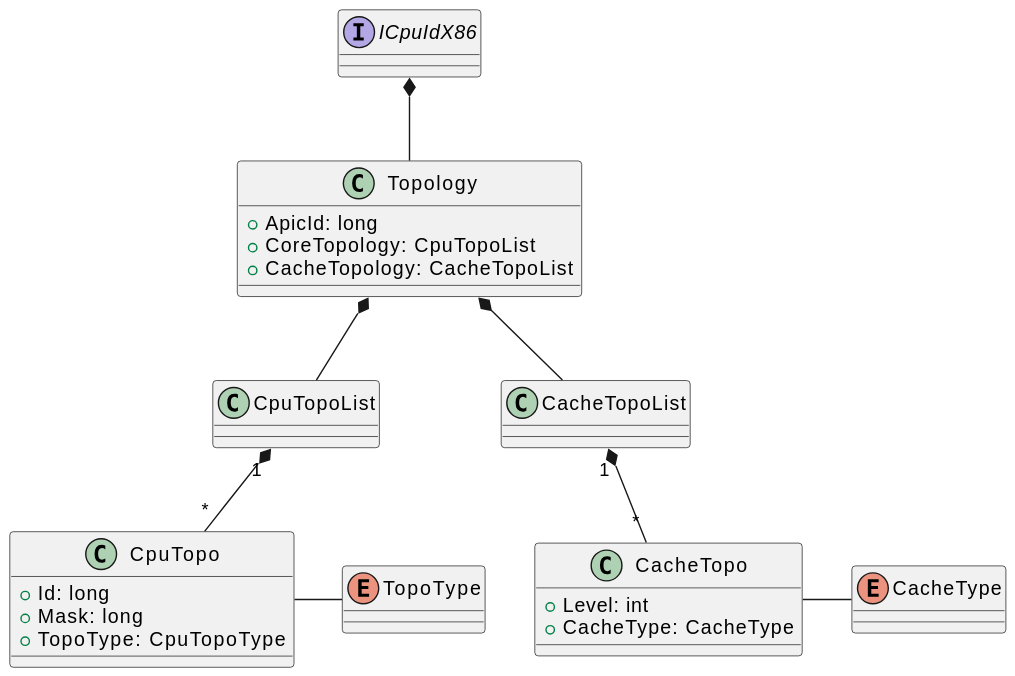
This is CpuId/docs/assets/CpuIdX86/CpuIdX86.Topology.svg from jcurl/RJCP.DLL.CpuId, a PlantUML export, as it was before one commit.
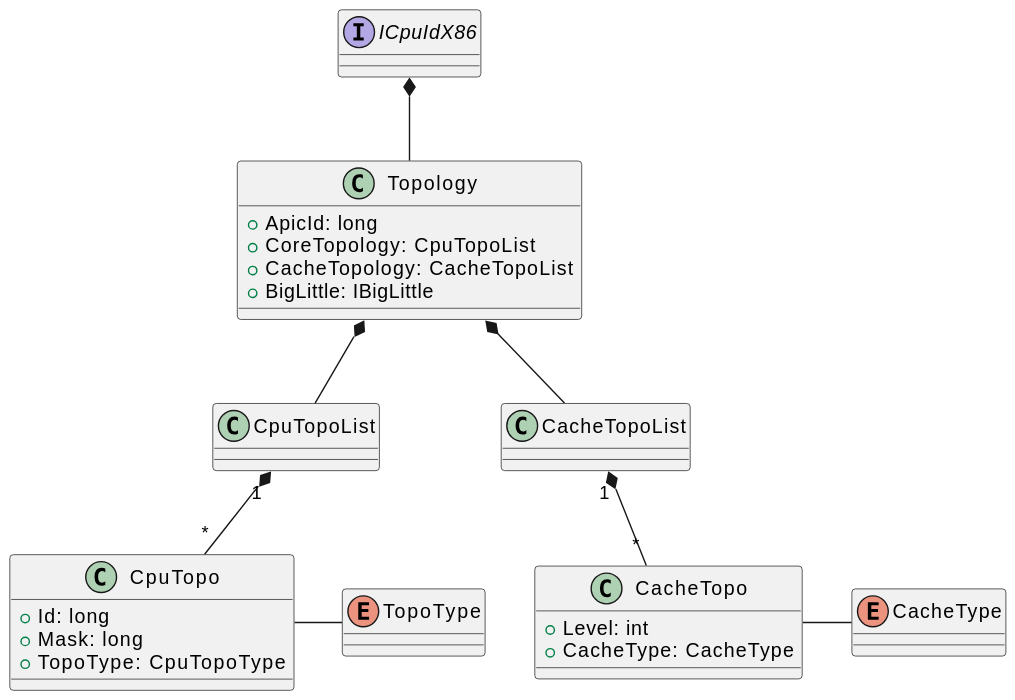
The same file after the commit.

Diff of the diagram source:
```diff
@@ -5,6 +5,7 @@
     +ApicId: long
     +CoreTopology: CpuTopoList
     +CacheTopology: CacheTopoList
+    +BigLittle: IBigLittle
 }
 ICpuIdX86 *-d- Topology
 
```
